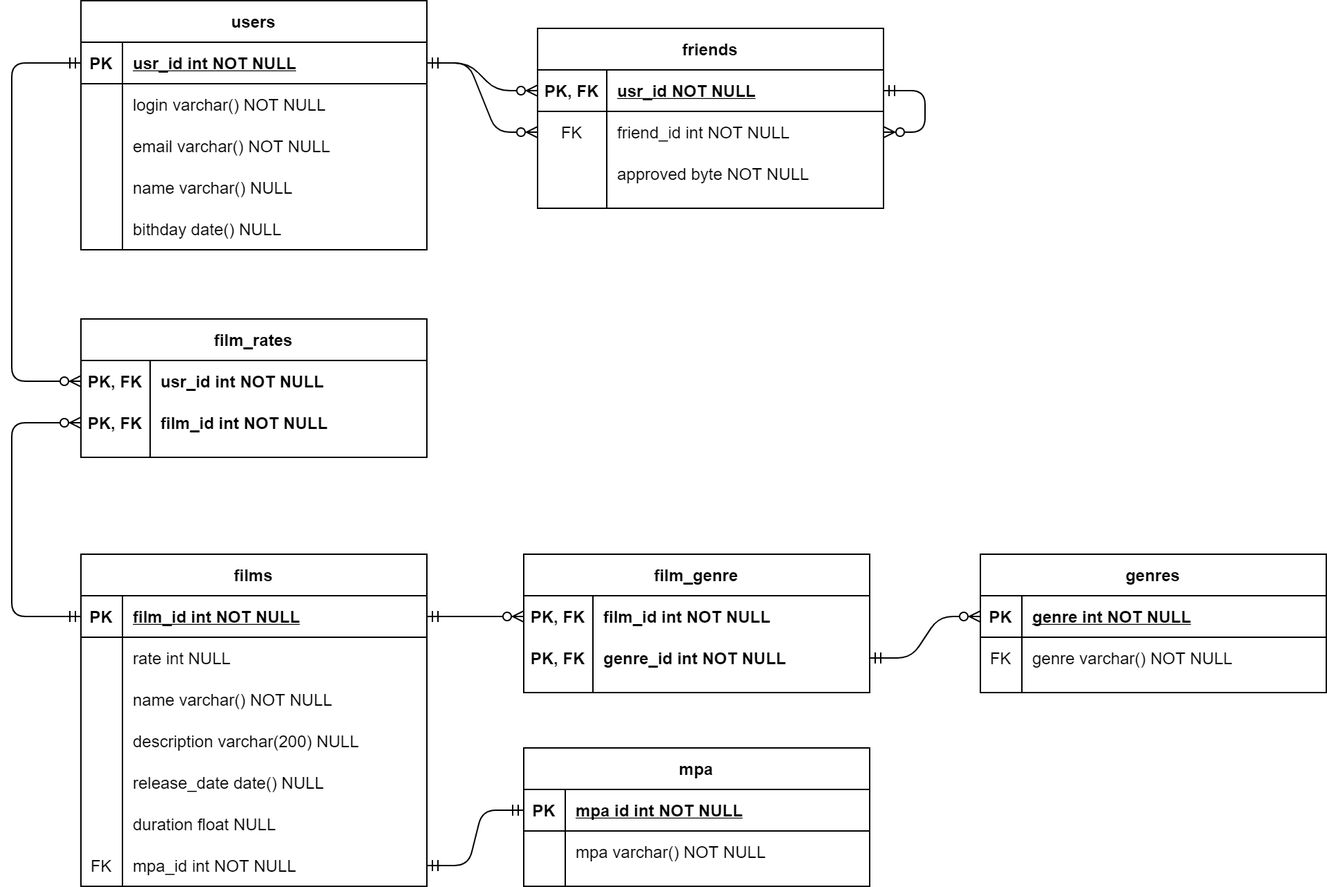
The draw.io diagram filmorate-erd.drawio.png in VitalyKapustin-git/java-filmorate, before a commit. Source tidied: cells renumbered, new cells last; positions are measured from the earlier drawing's top-left corner, leaving out a move shared by most shapes.
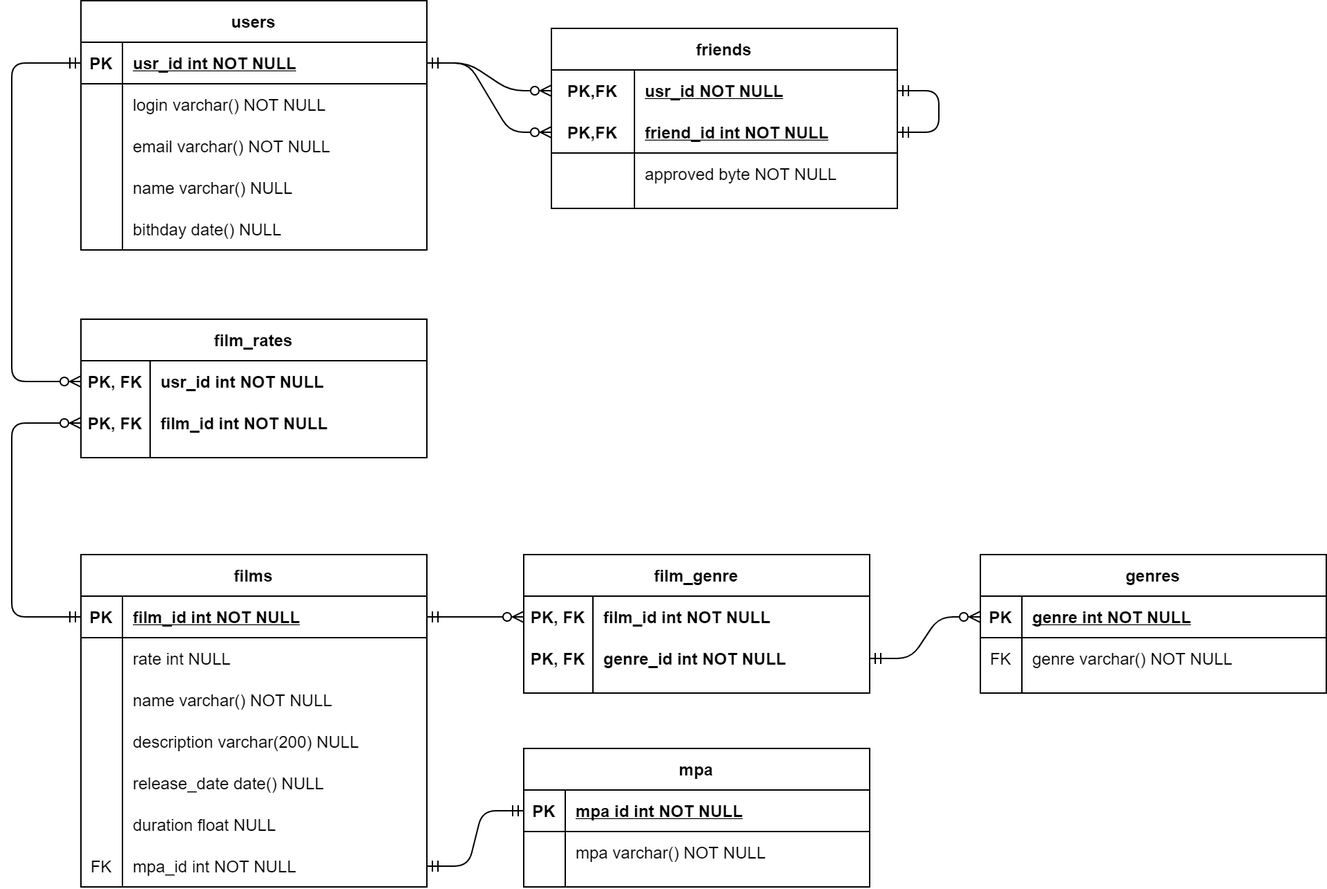
Above is the later version.

The edit, as a diff of the source:
```diff
@@ -2,42 +2,9 @@
   <root>
     <mxCell id="0" />
     <mxCell id="1" parent="0" />
-    <mxCell id="2" style="edgeStyle=entityRelationEdgeStyle;endArrow=ERzeroToMany;startArrow=ERmandOne;endFill=1;startFill=0;entryX=0;entryY=0.5;entryDx=0;entryDy=0;" parent="1" edge="1" source="23" target="4">
+    <mxCell id="2" style="edgeStyle=entityRelationEdgeStyle;endArrow=ERzeroToMany;startArrow=ERmandOne;endFill=1;startFill=0;entryX=0;entryY=0.5;entryDx=0;entryDy=0;" parent="1" edge="1" source="23" target="88">
       <mxGeometry relative="1" as="geometry" />
     </mxCell>
-    <mxCell id="3" value="friends" style="shape=table;startSize=30;rowLines=0;fontStyle=1;align=center;" parent="1" vertex="1">
-      <mxGeometry x="380" y="20" width="250" height="130" as="geometry" />
-    </mxCell>
-    <mxCell id="4" style="shape=partialRectangle;fillColor=none;points=[[0,0.5],[1,0.5]];portConstraint=eastwest;top=0;left=0;right=0;bottom=1;" parent="3" vertex="1">
-      <mxGeometry y="30" width="250" height="30" as="geometry" />
-    </mxCell>
-    <mxCell id="5" value="PK, FK" style="shape=partialRectangle;overflow=hidden;fillColor=none;top=0;left=0;bottom=0;right=0;fontStyle=1;" parent="4" vertex="1">
-      <mxGeometry width="50" height="30" as="geometry" />
-    </mxCell>
-    <mxCell id="6" value="usr_id NOT NULL " style="shape=partialRectangle;overflow=hidden;fillColor=none;top=0;left=0;bottom=0;right=0;align=left;spacingLeft=6;fontStyle=5;" parent="4" vertex="1">
-      <mxGeometry x="50" width="200" height="30" as="geometry" />
-    </mxCell>
-    <mxCell id="7" style="shape=partialRectangle;fillColor=none;points=[[0,0.5],[1,0.5]];portConstraint=eastwest;top=0;left=0;right=0;bottom=0;" parent="3" vertex="1">
-      <mxGeometry y="60" width="250" height="30" as="geometry" />
-    </mxCell>
-    <mxCell id="8" value="FK" style="shape=partialRectangle;overflow=hidden;fillColor=none;top=0;left=0;bottom=0;right=0;" parent="7" vertex="1">
-      <mxGeometry width="50" height="30" as="geometry" />
-    </mxCell>
-    <mxCell id="9" value="friend_id int NOT NULL" style="shape=partialRectangle;overflow=hidden;fillColor=none;top=0;left=0;bottom=0;right=0;align=left;spacingLeft=6;" parent="7" vertex="1">
-      <mxGeometry x="50" width="200" height="30" as="geometry" />
-    </mxCell>
-    <mxCell id="10" style="shape=partialRectangle;fillColor=none;top=0;left=0;right=0;bottom=0;" parent="3" vertex="1">
-      <mxGeometry y="90" width="250" height="30" as="geometry" />
-    </mxCell>
-    <mxCell id="11" style="shape=partialRectangle;overflow=hidden;fillColor=none;top=0;left=0;bottom=0;right=0;" parent="10" vertex="1">
-      <mxGeometry width="50" height="30" as="geometry" />
-    </mxCell>
-    <mxCell id="12" value="approved byte NOT NULL" style="shape=partialRectangle;overflow=hidden;fillColor=none;top=0;left=0;bottom=0;right=0;align=left;spacingLeft=6;" parent="10" vertex="1">
-      <mxGeometry x="50" width="200" height="30" as="geometry" />
-    </mxCell>
-    <mxCell id="13" style="edgeStyle=entityRelationEdgeStyle;endArrow=ERzeroToMany;startArrow=ERmandOne;endFill=1;startFill=0;entryX=1;entryY=0.5;entryDx=0;entryDy=0;exitX=1;exitY=0.5;exitDx=0;exitDy=0;" parent="3" edge="1" source="4" target="7">
-      <mxGeometry relative="1" as="geometry" />
-    </mxCell>
     <mxCell id="14" value="film_rates" style="shape=table;startSize=30;rowLines=0;fontStyle=1;align=center;" parent="1" vertex="1">
       <mxGeometry x="50" y="230" width="250" height="100" as="geometry" />
     </mxCell>
@@ -265,8 +232,41 @@
     <mxCell id="86" style="edgeStyle=entityRelationEdgeStyle;endArrow=ERmandOne;startArrow=ERmandOne;endFill=0;startFill=0;entryX=0;entryY=0.5;entryDx=0;entryDy=0;exitX=1;exitY=0.5;exitDx=0;exitDy=0;" parent="1" edge="1" source="79" target="46">
       <mxGeometry relative="1" as="geometry" />
     </mxCell>
-    <mxCell id="87" style="edgeStyle=entityRelationEdgeStyle;endArrow=ERzeroToMany;startArrow=ERmandOne;endFill=1;startFill=0;exitX=1;exitY=0.5;exitDx=0;exitDy=0;" parent="1" edge="1" source="23" target="7">
+    <mxCell id="87" style="edgeStyle=entityRelationEdgeStyle;endArrow=ERzeroToMany;startArrow=ERmandOne;endFill=1;startFill=0;exitX=1;exitY=0.5;exitDx=0;exitDy=0;entryX=0;entryY=0.5;entryDx=0;entryDy=0;" parent="1" edge="1" source="23" target="90">
       <mxGeometry relative="1" as="geometry" />
     </mxCell>
+    <mxCell id="3" value="friends" style="shape=table;startSize=30;rowLines=0;fontStyle=1;align=center;" parent="1" vertex="1">
+      <mxGeometry x="390" y="20" width="250" height="130" as="geometry" />
+    </mxCell>
+    <mxCell id="88" style="shape=partialRectangle;fillColor=none;top=0;left=0;bottom=0;right=0;points=[[0,0.5],[1,0.5]];portConstraint=eastwest;" parent="3" vertex="1">
+      <mxGeometry y="30" width="250" height="30" as="geometry" />
+    </mxCell>
+    <mxCell id="89" value="PK,FK" style="shape=partialRectangle;fillColor=none;top=0;left=0;bottom=0;right=0;fontStyle=1;overflow=hidden;" parent="88" vertex="1">
+      <mxGeometry width="60" height="30" as="geometry" />
+    </mxCell>
+    <mxCell id="6" value="usr_id NOT NULL" style="shape=partialRectangle;fillColor=none;top=0;left=0;bottom=0;right=0;align=left;spacingLeft=6;fontStyle=5;overflow=hidden;" parent="88" vertex="1">
+      <mxGeometry x="60" width="190" height="30" as="geometry" />
+    </mxCell>
+    <mxCell id="90" style="shape=partialRectangle;fillColor=none;top=0;left=0;bottom=1;right=0;points=[[0,0.5],[1,0.5]];portConstraint=eastwest;" parent="3" vertex="1">
+      <mxGeometry y="60" width="250" height="30" as="geometry" />
+    </mxCell>
+    <mxCell id="91" value="PK,FK" style="shape=partialRectangle;fillColor=none;top=0;left=0;bottom=0;right=0;fontStyle=1;overflow=hidden;" parent="90" vertex="1">
+      <mxGeometry width="60" height="30" as="geometry" />
+    </mxCell>
+    <mxCell id="9" value="friend_id int NOT NULL" style="shape=partialRectangle;fillColor=none;top=0;left=0;bottom=0;right=0;align=left;spacingLeft=6;fontStyle=5;overflow=hidden;" parent="90" vertex="1">
+      <mxGeometry x="60" width="190" height="30" as="geometry" />
+    </mxCell>
+    <mxCell id="92" style="shape=partialRectangle;fillColor=none;top=0;left=0;bottom=0;right=0;" parent="3" vertex="1">
+      <mxGeometry y="90" width="250" height="30" as="geometry" />
+    </mxCell>
+    <mxCell id="93" style="shape=partialRectangle;fillColor=none;top=0;left=0;bottom=0;right=0;overflow=hidden;" parent="92" vertex="1">
+      <mxGeometry width="60" height="30" as="geometry" />
+    </mxCell>
+    <mxCell id="12" value="approved byte NOT NULL" style="shape=partialRectangle;fillColor=none;top=0;left=0;bottom=0;right=0;align=left;spacingLeft=6;overflow=hidden;" parent="92" vertex="1">
+      <mxGeometry x="60" width="190" height="30" as="geometry" />
+    </mxCell>
+    <mxCell id="94" style="edgeStyle=entityRelationEdgeStyle;endArrow=ERmandOne;startArrow=ERmandOne;endFill=0;startFill=0;entryX=1;entryY=0.5;entryDx=0;entryDy=0;exitX=1;exitY=0.5;exitDx=0;exitDy=0;" parent="3" edge="1" source="88" target="90">
+      <mxGeometry relative="1" as="geometry" />
+    </mxCell>
   </root>
 </mxGraphModel>
```
